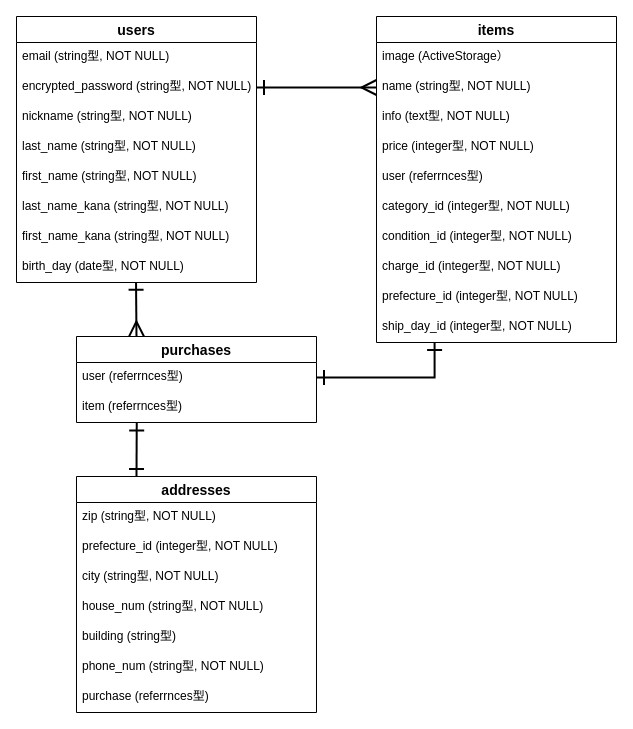
Before: er.dio in Buchikin/furima-33942, a draw.io diagram. Source tidied: cells renumbered, new cells numbered last; positions are measured from the earlier drawing's top-left corner, leaving out a move shared by most shapes. Both pictures are drawn from the tidied source at 100%, with x=0, y=0 at pixel (16, 16).
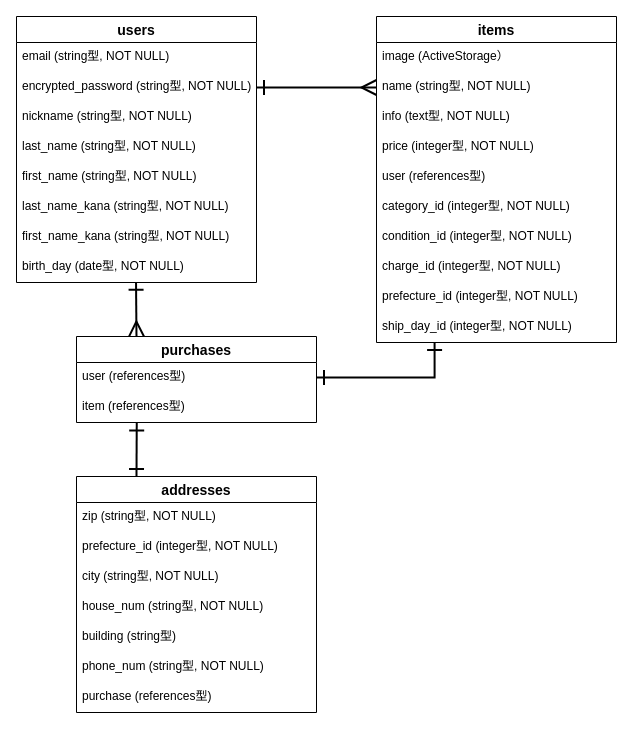
After the change.

The change refers to these unchanged cells:
```xml
<mxCell id="12" value="purchases" style="swimlane;fontStyle=1;horizontal=1;startSize=26;align=center;fontSize=14;" parent="1" vertex="1">
  <mxGeometry x="60" y="320" width="240" height="86" as="geometry" />
</mxCell>
<mxCell id="15" value="items" style="swimlane;fontStyle=1;horizontal=1;startSize=26;align=center;fontSize=14;" parent="1" vertex="1">
  <mxGeometry x="360" width="240" height="326" as="geometry" />
</mxCell>
<mxCell id="29" value="addresses" style="swimlane;fontStyle=1;horizontal=1;startSize=26;align=center;fontSize=14;" parent="1" vertex="1">
  <mxGeometry x="60" y="460" width="240" height="236" as="geometry" />
</mxCell>
```

Diff of the diagram source:
```diff
@@
-    <mxCell id="13" value="user (referrnces型)" style="text;strokeColor=none;fillColor=none;spacingLeft=4;spacingRight=4;overflow=hidden;points=[[0,0.5],[1,0.5]];portConstraint=eastwest;fontSize=12;" parent="12" vertex="1">
+    <mxCell id="13" value="user (references型)" style="text;strokeColor=none;fillColor=none;spacingLeft=4;spacingRight=4;overflow=hidden;points=[[0,0.5],[1,0.5]];portConstraint=eastwest;fontSize=12;" parent="12" vertex="1">
       <mxGeometry y="26" width="240" height="30" as="geometry" />
     </mxCell>
-    <mxCell id="14" value="item (referrnces型)" style="text;strokeColor=none;fillColor=none;spacingLeft=4;spacingRight=4;overflow=hidden;points=[[0,0.5],[1,0.5]];portConstraint=eastwest;fontSize=12;" parent="12" vertex="1">
+    <mxCell id="14" value="item (references型)" style="text;strokeColor=none;fillColor=none;spacingLeft=4;spacingRight=4;overflow=hidden;points=[[0,0.5],[1,0.5]];portConstraint=eastwest;fontSize=12;" parent="12" vertex="1">
       <mxGeometry y="56" width="240" height="30" as="geometry" />
     </mxCell>
@@
-    <mxCell id="20" value="user (referrnces型)" style="text;strokeColor=none;fillColor=none;spacingLeft=4;spacingRight=4;overflow=hidden;fontSize=12;" parent="15" vertex="1">
+    <mxCell id="20" value="user (references型)" style="text;strokeColor=none;fillColor=none;spacingLeft=4;spacingRight=4;overflow=hidden;fontSize=12;" parent="15" vertex="1">
       <mxGeometry y="146" width="240" height="30" as="geometry" />
     </mxCell>
@@
-    <mxCell id="36" value="purchase (referrnces型)" style="text;strokeColor=none;fillColor=none;spacingLeft=4;spacingRight=4;overflow=hidden;fontSize=12;" parent="29" vertex="1">
+    <mxCell id="36" value="purchase (references型)" style="text;strokeColor=none;fillColor=none;spacingLeft=4;spacingRight=4;overflow=hidden;fontSize=12;" parent="29" vertex="1">
       <mxGeometry y="206" width="240" height="30" as="geometry" />
     </mxCell>
```
